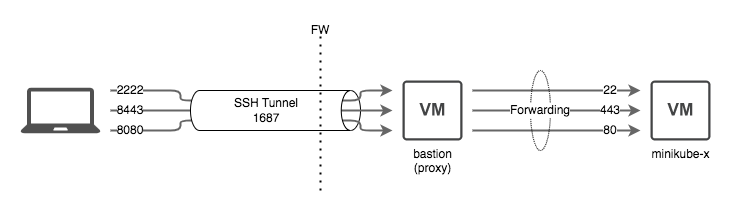
Earlier version of the draw.io export image/lab.drawio.png (cloud76tm/minikube). Source tidied: cells renumbered, new cells last; positions are measured from the earlier drawing's top-left corner, leaving out a move shared by most shapes.
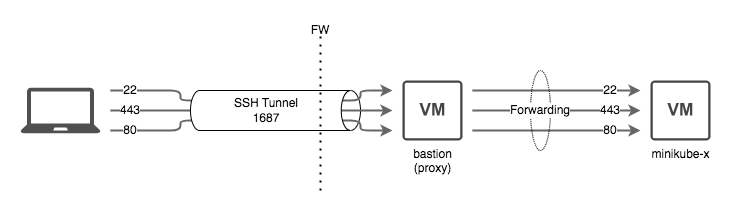
After the change.

What changed in the source:
```diff
@@ -82,17 +82,17 @@
     <mxCell id="17" value="22" style="text;html=1;strokeColor=none;fillColor=none;align=center;verticalAlign=middle;whiteSpace=wrap;rounded=0;labelBackgroundColor=default;" parent="1" vertex="1">
       <mxGeometry x="570" y="60" width="40" height="20" as="geometry" />
     </mxCell>
-    <mxCell id="18" value="8080" style="text;html=1;strokeColor=none;fillColor=none;align=center;verticalAlign=middle;whiteSpace=wrap;rounded=0;labelBackgroundColor=default;" parent="1" vertex="1">
-      <mxGeometry x="90" y="100" width="40" height="20" as="geometry" />
-    </mxCell>
-    <mxCell id="19" value="8443" style="text;html=1;strokeColor=none;fillColor=none;align=center;verticalAlign=middle;whiteSpace=wrap;rounded=0;labelBackgroundColor=default;" parent="1" vertex="1">
-      <mxGeometry x="90" y="80" width="40" height="20" as="geometry" />
-    </mxCell>
-    <mxCell id="20" value="2222" style="text;html=1;strokeColor=none;fillColor=none;align=center;verticalAlign=middle;whiteSpace=wrap;rounded=0;labelBackgroundColor=default;" parent="1" vertex="1">
-      <mxGeometry x="90" y="60" width="40" height="20" as="geometry" />
-    </mxCell>
     <mxCell id="21" value="Forwarding" style="ellipse;whiteSpace=wrap;html=1;labelBackgroundColor=default;fillColor=none;dashed=1;dashPattern=1 1;" parent="1" vertex="1">
       <mxGeometry x="510" y="50" width="20" height="80" as="geometry" />
     </mxCell>
+    <mxCell id="22" value="80" style="text;html=1;strokeColor=none;fillColor=none;align=center;verticalAlign=middle;whiteSpace=wrap;rounded=0;labelBackgroundColor=default;" parent="1" vertex="1">
+      <mxGeometry x="90" y="100" width="40" height="20" as="geometry" />
+    </mxCell>
+    <mxCell id="23" value="443" style="text;html=1;strokeColor=none;fillColor=none;align=center;verticalAlign=middle;whiteSpace=wrap;rounded=0;labelBackgroundColor=default;" parent="1" vertex="1">
+      <mxGeometry x="90" y="80" width="40" height="20" as="geometry" />
+    </mxCell>
+    <mxCell id="24" value="22" style="text;html=1;strokeColor=none;fillColor=none;align=center;verticalAlign=middle;whiteSpace=wrap;rounded=0;labelBackgroundColor=default;" parent="1" vertex="1">
+      <mxGeometry x="90" y="60" width="40" height="20" as="geometry" />
+    </mxCell>
   </root>
 </mxGraphModel>
```
